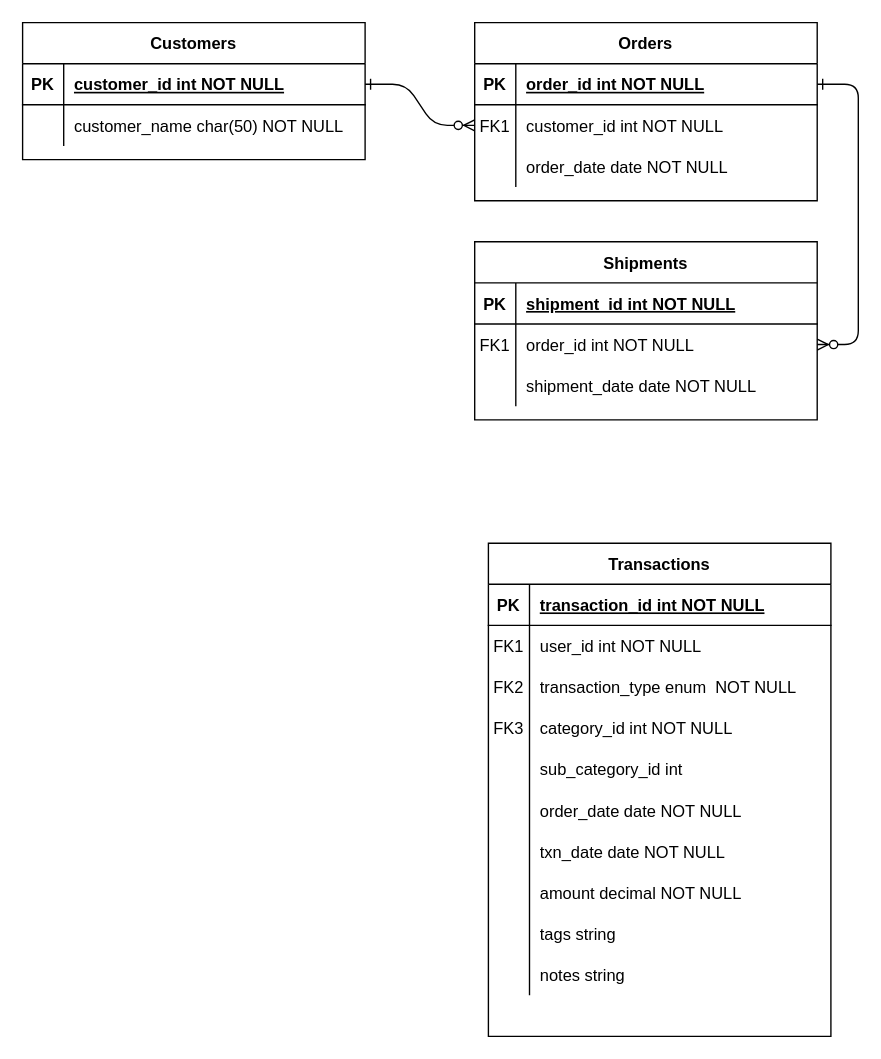
Above: mockitplace.drawio in itpreneur/123-Essential-JavaScript-Interview-Questions (draw.io), before the change. Source tidied: cells renumbered, new cells numbered last; positions are measured from the earlier drawing's top-left corner, leaving out a move shared by most shapes. Both pictures are drawn from the tidied source at 137%, with x=0, y=0 at pixel (22, 22).
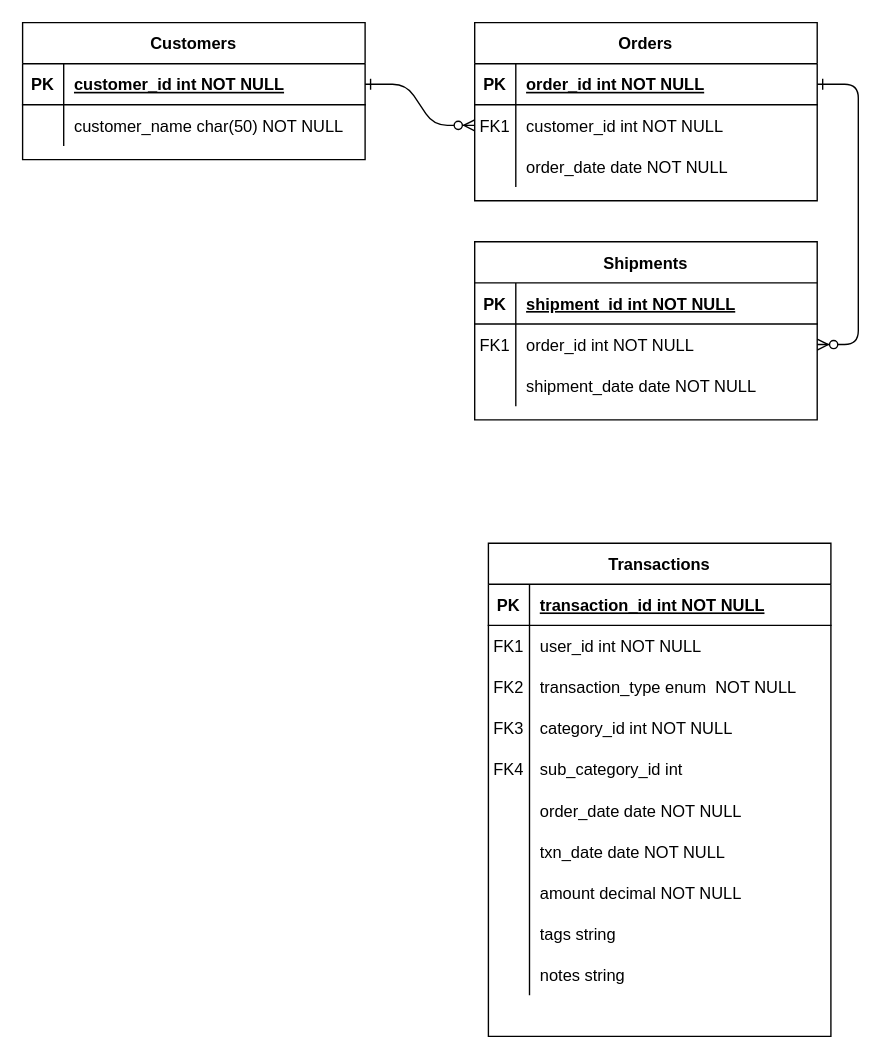
After the change.

The change refers to these unchanged cells:
```xml
<mxCell id="44" style="shape=partialRectangle;fillColor=none;top=0;left=0;right=0;bottom=0;" parent="31" vertex="1">
  <mxGeometry y="150" width="250" height="30" as="geometry" />
</mxCell>
```

The edit, as a diff of the source:
```diff
@@
-    <mxCell id="45" style="shape=partialRectangle;overflow=hidden;fillColor=none;top=0;left=0;bottom=0;right=0;" parent="44" vertex="1">
+    <mxCell id="45" value="FK4" style="shape=partialRectangle;overflow=hidden;fillColor=none;top=0;left=0;bottom=0;right=0;" parent="44" vertex="1">
       <mxGeometry width="30" height="30" as="geometry" />
     </mxCell>
```
